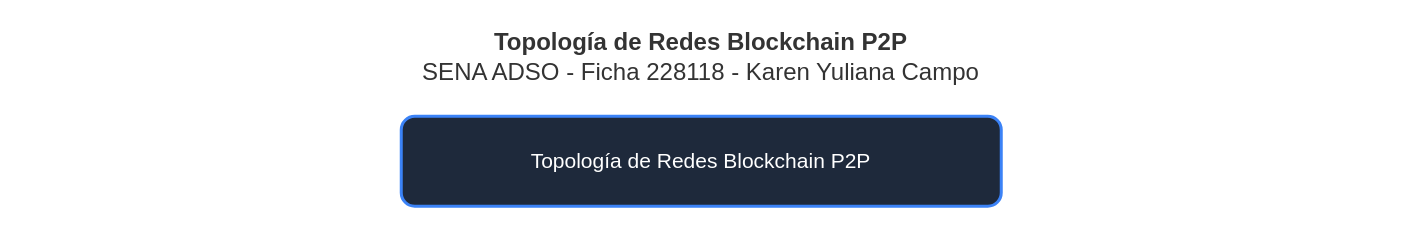
Before: PET-030_GA8-220501096-AA2-EV05_Texto_Argumentativo_Blockchain/diagramas/red_blockchain_topologia_p2p.drawio in kyulianacampogutierrez-ux/Evidencias, a draw.io diagram. Source tidied: cells renumbered, new cells numbered last; positions are measured from the earlier drawing's top-left corner, leaving out a move shared by most shapes. Both pictures are drawn from the tidied source at 150%, with x=0, y=0 at pixel (26, 26).
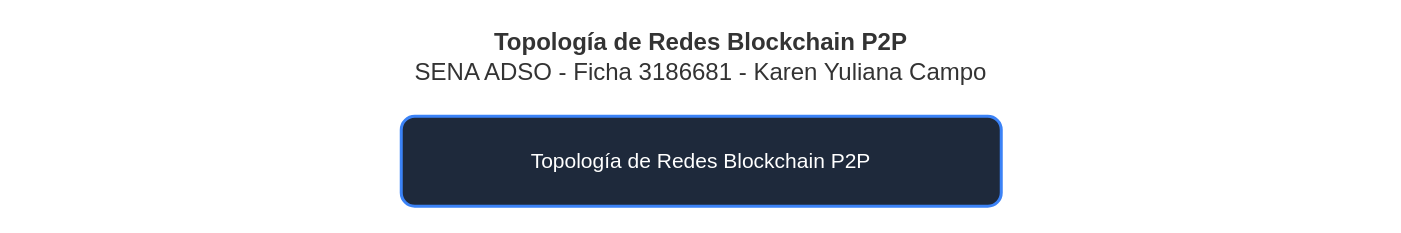
The same diagram, later.

Change to the diagram source:
```diff
@@
 <mxGraphModel>
   <root>
     <mxCell id="0" />
     <mxCell id="1" parent="0" />
-    <mxCell id="2" value="&lt;b&gt;Topología de Redes Blockchain P2P&lt;/b&gt;&lt;br&gt;SENA ADSO - Ficha 228118 - Karen Yuliana Campo" style="text;html=1;strokeColor=none;fillColor=none;align=center;verticalAlign=middle;whiteSpace=wrap;rounded=0;fontSize=16;fontColor=#333333;" parent="1" vertex="1">
+    <mxCell id="2" value="&lt;b&gt;Topología de Redes Blockchain P2P&lt;/b&gt;&lt;br&gt;SENA ADSO - Ficha 3186681 - Karen Yuliana Campo" style="text;html=1;strokeColor=none;fillColor=none;align=center;verticalAlign=middle;whiteSpace=wrap;rounded=0;fontSize=16;fontColor=#333333;" parent="1" vertex="1">
       <mxGeometry width="900" height="40" as="geometry" />
     </mxCell>
     <mxCell id="3" value="Topología de Redes Blockchain P2P" style="rounded=1;whiteSpace=wrap;html=1;fillColor=#1e293b;strokeColor=#3b82f6;strokeWidth=2;fontColor=#ffffff;fontSize=14;" parent="1" vertex="1">
       <mxGeometry x="250" y="60" width="400" height="60" as="geometry" />
     </mxCell>
   </root>
 </mxGraphModel>
```
